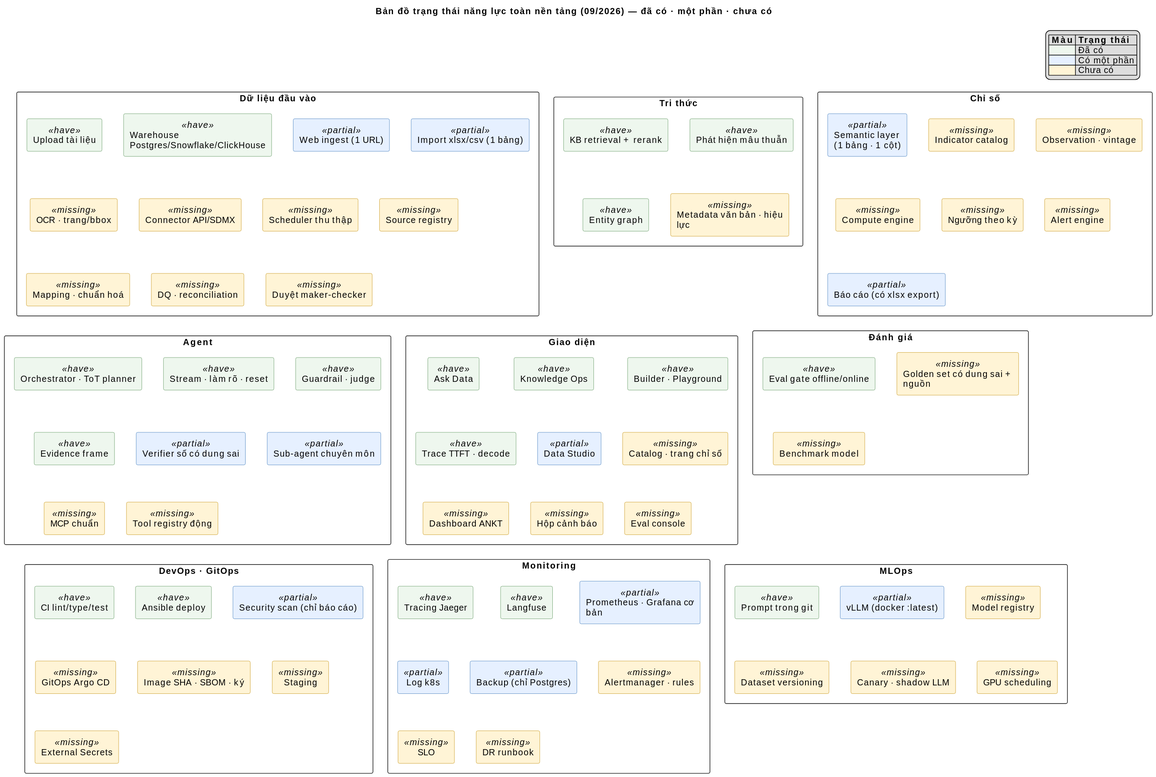
The PlantUML diagram docs/ankt/diagrams/36-capability-status-map.svg in affkjuhyt/Data-Agent, before a commit.
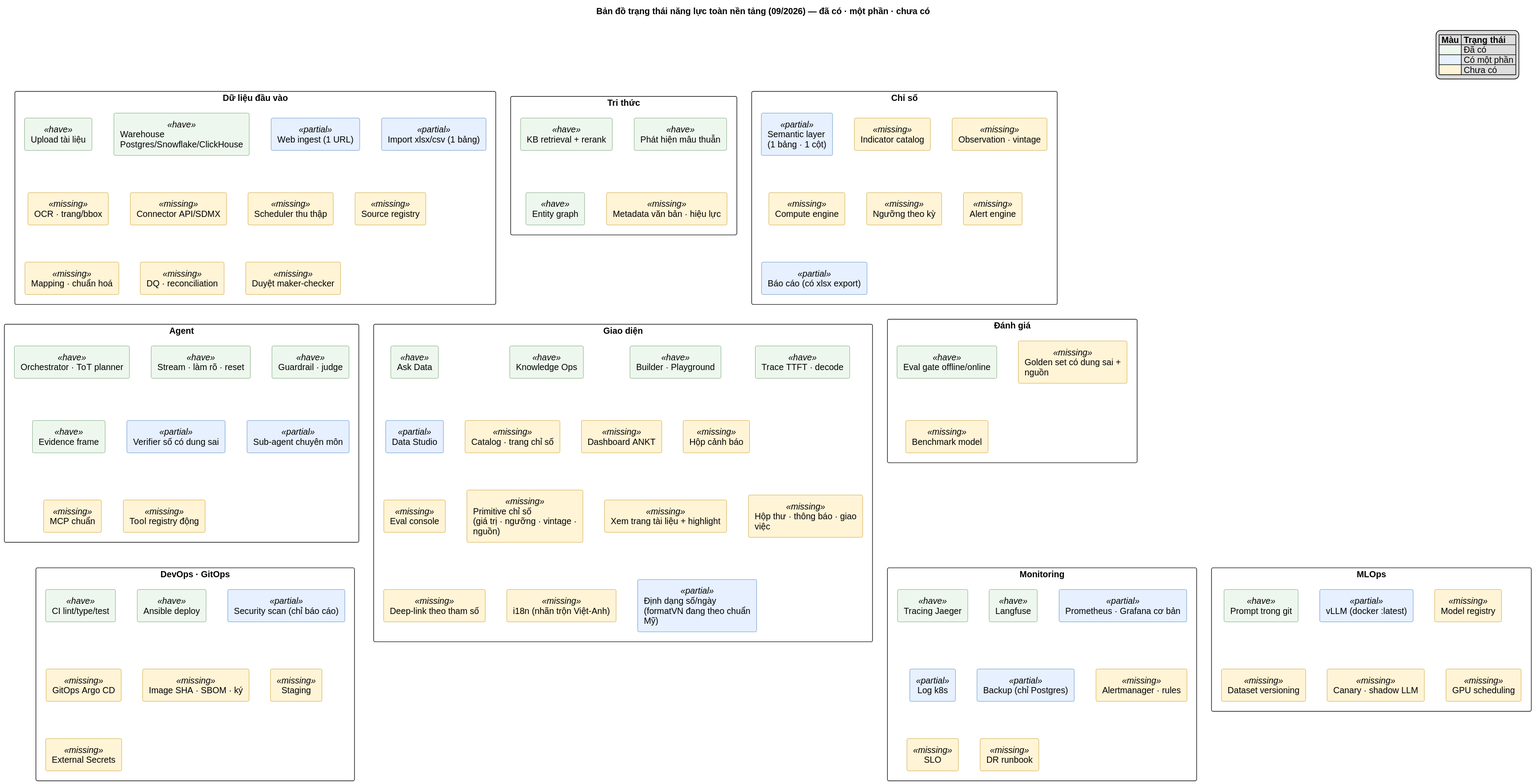
Later version of the same file.

Diff of the diagram source:
```diff
@@ -76,6 +76,12 @@
   component "Dashboard ANKT" <<missing>>
   component "Hộp cảnh báo" <<missing>>
   component "Eval console" <<missing>>
+  component "Primitive chỉ số\n(giá trị · ngưỡng · vintage · nguồn)" <<missing>>
+  component "Xem trang tài liệu + highlight" <<missing>>
+  component "Hộp thư · thông báo · giao việc" <<missing>>
+  component "Deep-link theo tham số" <<missing>>
+  component "i18n (nhãn trộn Việt-Anh)" <<missing>>
+  component "Định dạng số/ngày\n(formatVN đang theo chuẩn Mỹ)" <<partial>>
 }
 
 package "Đánh giá" {
```
